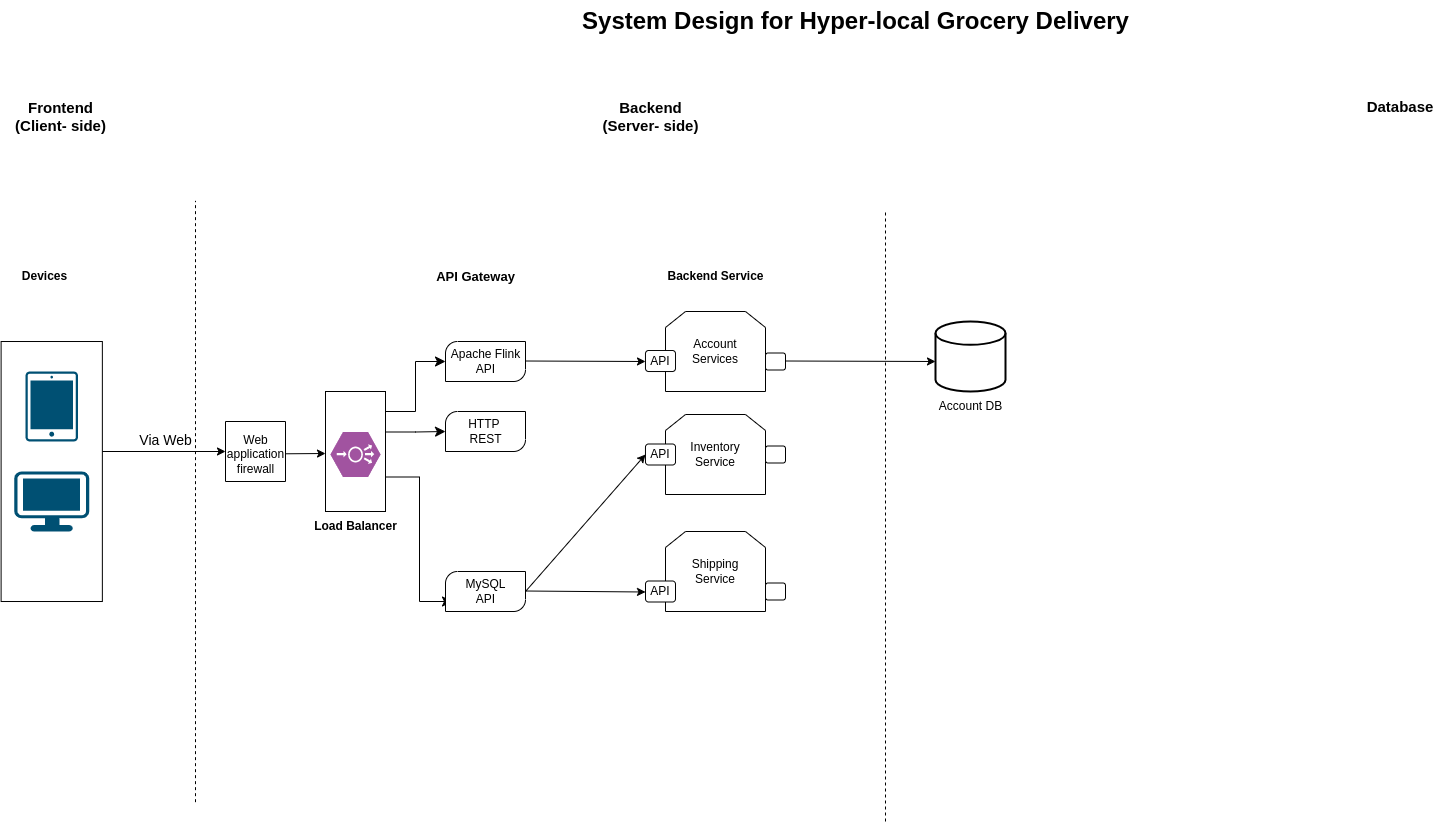
The draw.io diagram mytask.drawio.png in rushikesh-mallanath/draw, before a commit. Source tidied: cells renumbered, new cells last; positions are measured from the earlier drawing's top-left corner, leaving out a move shared by most shapes.
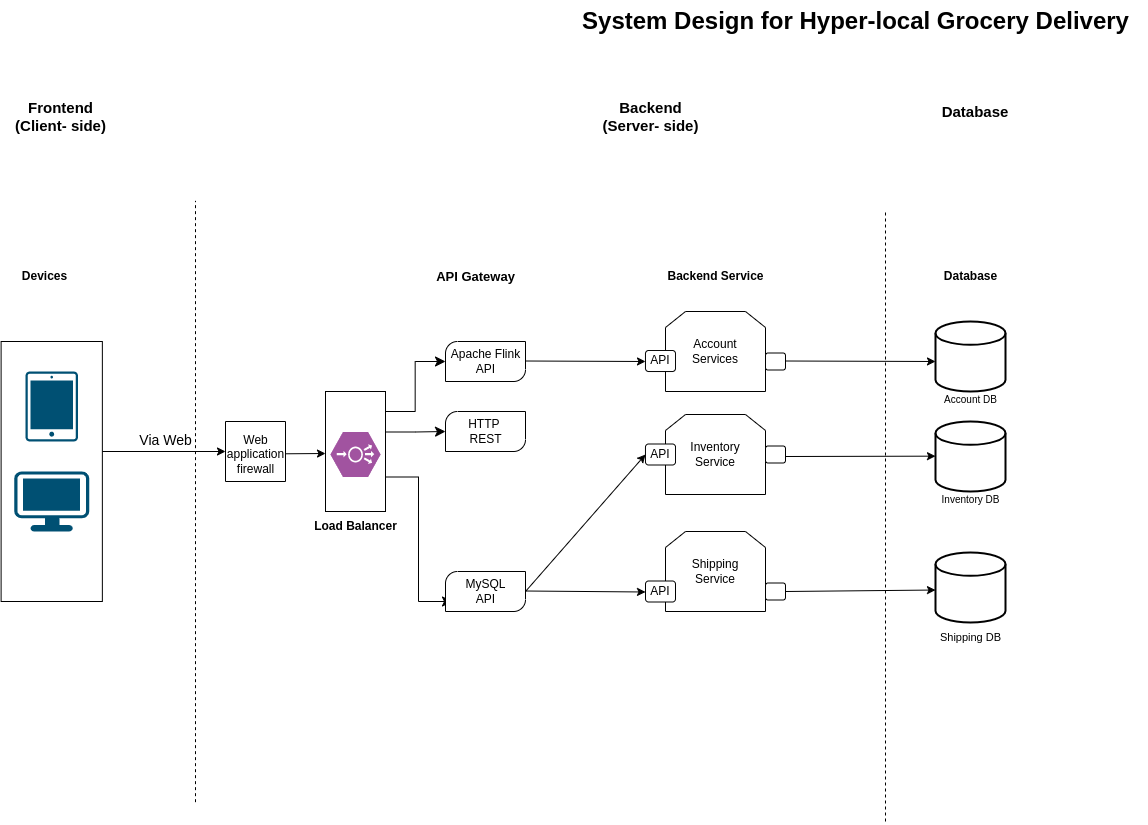
After the change.

Diff of the diagram source:
```diff
@@ -30,7 +30,7 @@
       <mxGeometry x="589" y="90" width="120" height="50" as="geometry" />
     </mxCell>
     <mxCell id="8" value="&lt;b style=&quot;font-size: 15px;&quot;&gt;Database&lt;/b&gt;" style="text;whiteSpace=wrap;html=1;align=center;fontSize=15;" parent="1" vertex="1">
-      <mxGeometry x="1364" y="90" width="70" height="40" as="geometry" />
+      <mxGeometry x="939" y="95" width="70" height="40" as="geometry" />
     </mxCell>
     <mxCell id="9" style="sketch=0;verticalLabelPosition=bottom;html=1;verticalAlign=top;align=center;shape=mxgraph.cisco19.handheld;fillColor=#005073;strokeColor=none;" parent="1" vertex="1">
       <mxGeometry x="24" y="370" width="52.5" height="70" as="geometry" />
@@ -160,13 +160,39 @@
     <mxCell id="43" style="strokeWidth=2;html=1;shape=mxgraph.flowchart.database;whiteSpace=wrap;" parent="1" vertex="1">
       <mxGeometry x="934" y="320" width="70" height="70" as="geometry" />
     </mxCell>
-    <mxCell id="44" value="Account DB" style="text;html=1;align=center;verticalAlign=middle;strokeColor=none;fillColor=none;" parent="1" vertex="1">
-      <mxGeometry x="924" y="390" width="90" height="30" as="geometry" />
+    <mxCell id="44" value="&lt;font style=&quot;font-size: 10px;&quot;&gt;Account DB&lt;/font&gt;" style="text;html=1;align=center;verticalAlign=middle;strokeColor=none;fillColor=none;" parent="1" vertex="1">
+      <mxGeometry x="929" y="383" width="80" height="30" as="geometry" />
     </mxCell>
     <mxCell id="45" style="endArrow=classic;html=1;rounded=0;entryX=0;entryY=0.5;entryDx=0;entryDy=0;" parent="1" edge="1" target="37">
       <mxGeometry relative="1" as="geometry">
         <mxPoint x="524" y="590" as="sourcePoint" />
       </mxGeometry>
     </mxCell>
+    <mxCell id="46" style="strokeWidth=2;html=1;shape=mxgraph.flowchart.database;whiteSpace=wrap;" parent="1" vertex="1">
+      <mxGeometry x="934" y="420" width="70" height="70" as="geometry" />
+    </mxCell>
+    <mxCell id="47" value="Inventory&amp;nbsp;DB" style="text;html=1;align=center;verticalAlign=middle;strokeColor=none;fillColor=none;fontSize=10;" parent="1" vertex="1">
+      <mxGeometry x="929" y="483" width="80" height="30" as="geometry" />
+    </mxCell>
+    <mxCell id="48" style="endArrow=classic;html=1;rounded=0;" parent="1" edge="1">
+      <mxGeometry relative="1" as="geometry">
+        <mxPoint x="784" y="455" as="sourcePoint" />
+        <mxPoint x="934" y="454.7" as="targetPoint" />
+      </mxGeometry>
+    </mxCell>
+    <mxCell id="49" style="strokeWidth=2;html=1;shape=mxgraph.flowchart.database;whiteSpace=wrap;" parent="1" vertex="1">
+      <mxGeometry x="934" y="551" width="70" height="70" as="geometry" />
+    </mxCell>
+    <mxCell id="50" style="endArrow=classic;html=1;rounded=0;entryX=0;entryY=0.636;entryDx=0;entryDy=0;entryPerimeter=0;exitX=1;exitY=0.5;exitDx=0;exitDy=0;" parent="1" edge="1" source="40">
+      <mxGeometry relative="1" as="geometry">
+        <mxPoint x="934" y="588.5" as="targetPoint" />
+      </mxGeometry>
+    </mxCell>
+    <mxCell id="51" value="&lt;font style=&quot;font-size: 11px;&quot;&gt;Shipping DB&lt;/font&gt;" style="text;html=1;align=center;verticalAlign=middle;strokeColor=none;fillColor=none;fontSize=11;" parent="1" vertex="1">
+      <mxGeometry x="929" y="621" width="80" height="30" as="geometry" />
+    </mxCell>
+    <mxCell id="52" value="Database" style="text;html=1;align=center;verticalAlign=middle;strokeColor=none;fillColor=none;fontStyle=1;" parent="1" vertex="1">
+      <mxGeometry x="929" y="260" width="80" height="30" as="geometry" />
+    </mxCell>
   </root>
 </mxGraphModel>
```
